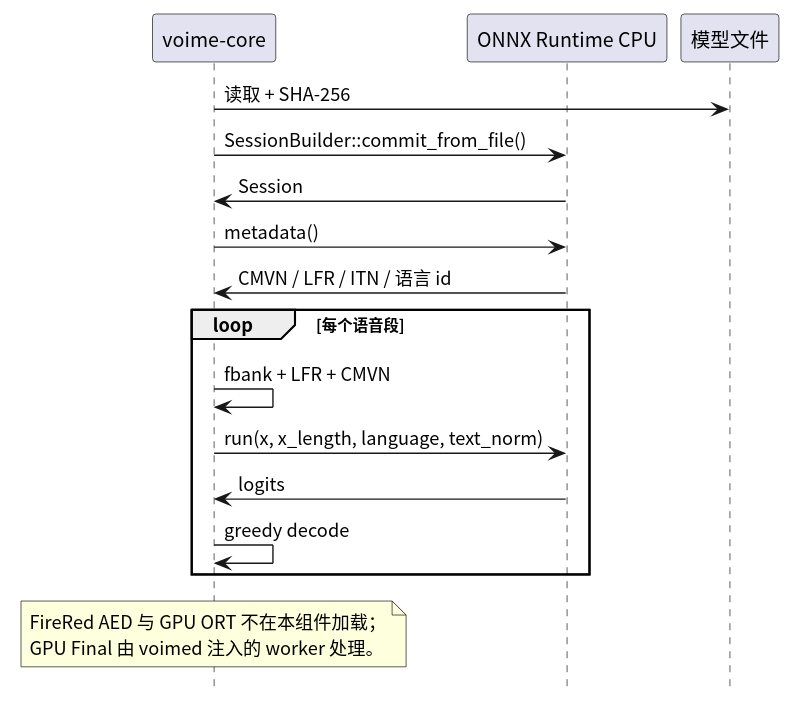
Above: crates/voime-core/diagram/inference-boundary.svg in 54m43lJ/voime (PlantUML), before the change.
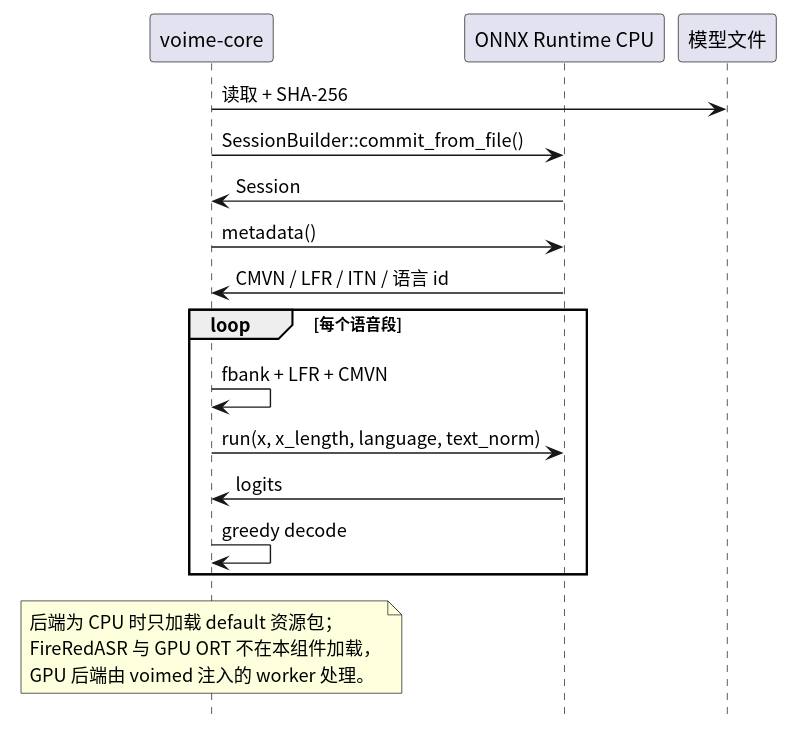
Above is the later version.

The edit, as a diff of the source:
```diff
@@ -21,7 +21,8 @@
 end
 
 note over Core
-  FireRed AED 与 GPU ORT 不在本组件加载；
-  GPU Final 由 voimed 注入的 worker 处理。
+  后端为 CPU 时只加载 default 资源包；
+  FireRedASR 与 GPU ORT 不在本组件加载，
+  GPU 后端由 voimed 注入的 worker 处理。
 end note
 @enduml
```
